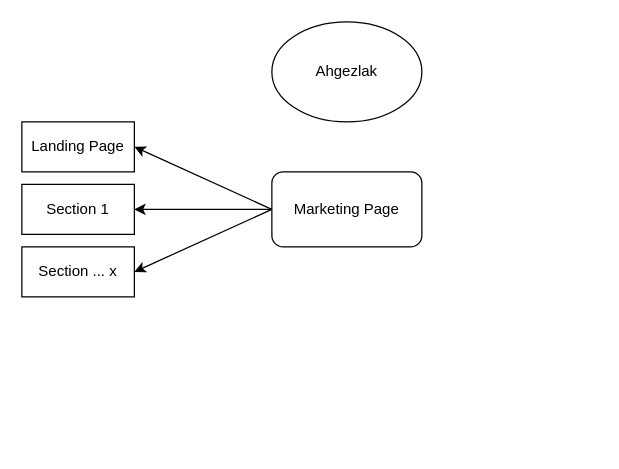
rafikmw/rafikmw.github.io keeps this draw.io diagram as Untitled Diagram.drawio. Above is the earlier version. Source tidied: cells renumbered, new cells numbered last; positions are measured from the earlier drawing's top-left corner, leaving out a move shared by most shapes. Both pictures are drawn from the tidied source at 125%, with x=0, y=0 at pixel (21, 21).
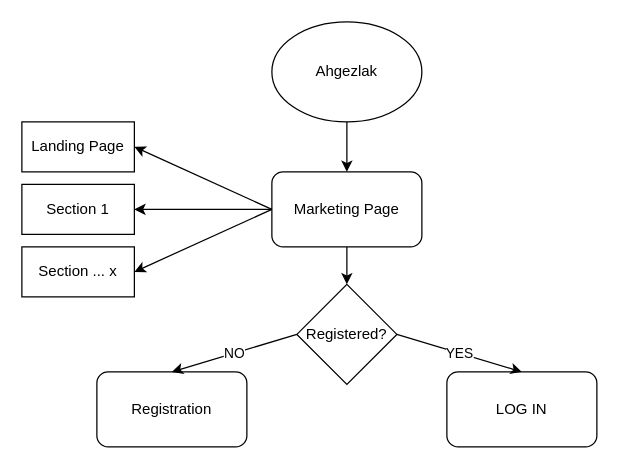
The same diagram, later.

Diff of the diagram source:
```diff
@@
 <mxGraphModel>
   <root>
     <mxCell id="0" />
     <mxCell id="1" parent="0" />
+    <mxCell id="10" style="edgeStyle=none;rounded=0;jettySize=auto;html=1;exitX=0.5;exitY=1;exitDx=0;exitDy=0;entryX=0.5;entryY=0;entryDx=0;entryDy=0;" parent="1" edge="1" source="2" target="3">
+      <mxGeometry relative="1" as="geometry" />
+    </mxCell>
     <mxCell id="2" value="Ahgezlak" style="ellipse;whiteSpace=wrap;html=1;" parent="1" vertex="1">
       <mxGeometry x="200" width="120" height="80" as="geometry" />
     </mxCell>
+    <mxCell id="11" style="edgeStyle=none;rounded=0;jettySize=auto;html=1;exitX=0.5;exitY=1;exitDx=0;exitDy=0;entryX=0.5;entryY=0;entryDx=0;entryDy=0;" parent="1" edge="1" source="3" target="14">
+      <mxGeometry relative="1" as="geometry" />
+    </mxCell>
     <mxCell id="3" value="Marketing Page" style="rounded=1;whiteSpace=wrap;html=1;" parent="1" vertex="1">
       <mxGeometry x="200" y="120" width="120" height="60" as="geometry" />
     </mxCell>
     <mxCell id="4" value="Landing Page" style="rounded=0;whiteSpace=wrap;html=1;" parent="1" vertex="1">
       <mxGeometry y="80" width="90" height="40" as="geometry" />
     </mxCell>
     <mxCell id="5" value="Section 1" style="rounded=0;whiteSpace=wrap;html=1;" parent="1" vertex="1">
       <mxGeometry y="130" width="90" height="40" as="geometry" />
     </mxCell>
     <mxCell id="6" value="Section ... x" style="rounded=0;whiteSpace=wrap;html=1;" parent="1" vertex="1">
       <mxGeometry y="180" width="90" height="40" as="geometry" />
     </mxCell>
     <mxCell id="7" style="endArrow=classic;html=1;rounded=0;entryX=1;entryY=0.5;entryDx=0;entryDy=0;exitX=0;exitY=0.5;exitDx=0;exitDy=0;" parent="1" edge="1" source="3" target="5">
       <mxGeometry relative="1" as="geometry" />
     </mxCell>
     <mxCell id="8" style="endArrow=classic;html=1;rounded=0;exitX=0;exitY=0.5;exitDx=0;exitDy=0;entryX=1;entryY=0.5;entryDx=0;entryDy=0;" parent="1" edge="1" source="3" target="6">
       <mxGeometry relative="1" as="geometry" />
     </mxCell>
     <mxCell id="9" style="endArrow=classic;html=1;rounded=0;entryX=1;entryY=0.5;entryDx=0;entryDy=0;exitX=0;exitY=0.5;exitDx=0;exitDy=0;" parent="1" edge="1" source="3" target="4">
       <mxGeometry relative="1" as="geometry" />
     </mxCell>
+    <mxCell id="12" value="Registration" style="rounded=1;whiteSpace=wrap;html=1;" parent="1" vertex="1">
+      <mxGeometry x="60" y="280" width="120" height="60" as="geometry" />
+    </mxCell>
+    <mxCell id="13" value="LOG IN" style="rounded=1;whiteSpace=wrap;html=1;" parent="1" vertex="1">
+      <mxGeometry x="340" y="280" width="120" height="60" as="geometry" />
+    </mxCell>
+    <mxCell id="14" value="Registered?" style="rhombus;whiteSpace=wrap;html=1;" parent="1" vertex="1">
+      <mxGeometry x="220" y="210" width="80" height="80" as="geometry" />
+    </mxCell>
+    <mxCell id="15" value="YES" style="endArrow=classic;html=1;rounded=0;exitX=1;exitY=0.5;exitDx=0;exitDy=0;entryX=0.5;entryY=0;entryDx=0;entryDy=0;" parent="1" edge="1" source="14" target="13">
+      <mxGeometry relative="1" as="geometry" />
+    </mxCell>
+    <mxCell id="16" value="NO" style="endArrow=classic;html=1;rounded=0;entryX=0.5;entryY=0;entryDx=0;entryDy=0;exitX=0;exitY=0.5;exitDx=0;exitDy=0;" parent="1" edge="1" source="14" target="12">
+      <mxGeometry relative="1" as="geometry" />
+    </mxCell>
   </root>
 </mxGraphModel>
```
